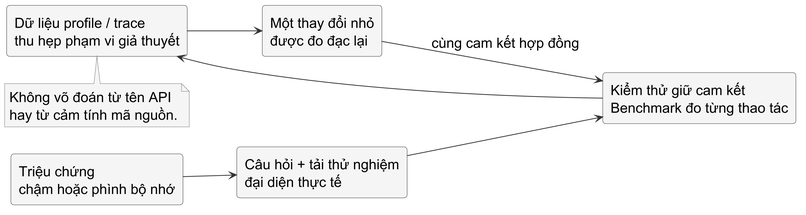
Minhlike/Golang keeps this PlantUML diagram as assets/diagrams/performance-evidence-path.png. Above is the earlier version.
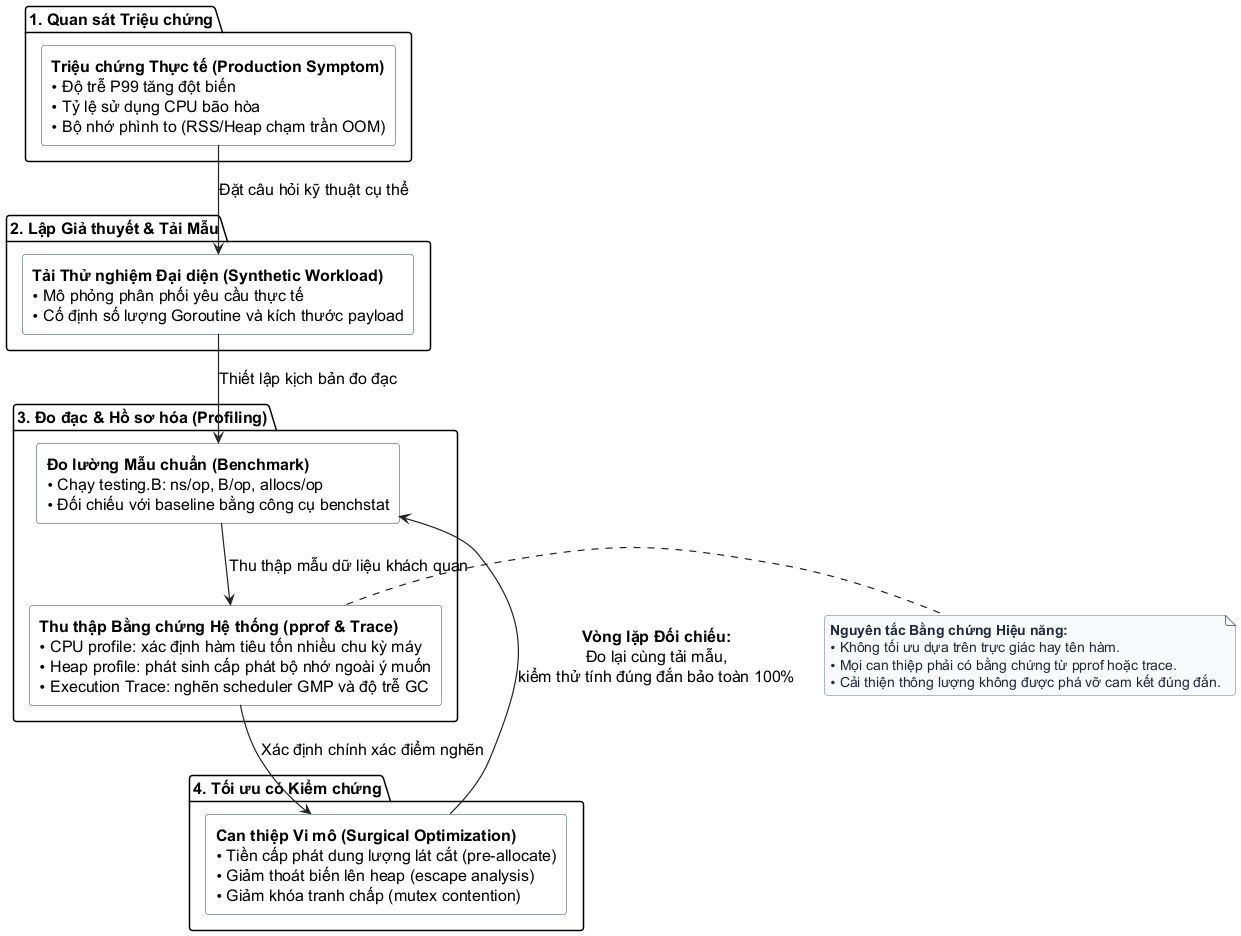
After the change.

What changed in the source:
```diff
@@ -1,36 +1,55 @@
 @startuml
-skinparamlocked dpi 300
 skinparam backgroundColor #FFFFFF
+skinparam defaultFontName "Source Sans 3"
+skinparam defaultFontSize 16
 skinparam shadowing false
-skinparam note {
-  BackgroundColor #F5F5F5
-  BorderColor #777777
+skinparam roundCorner 6
+skinparam arrowColor #222222
+skinparam arrowThickness 1.2
+
+skinparam rectangle {
+  BackgroundColor #FFFFFF
+  BorderColor #334155
   FontColor #000000
 }
-skinparam defaultFontName "Source Sans 3"
-skinparam defaultFontSize 18
-skinparam rectangle {
-  BackgroundColor #F5F5F5
-  BorderColor #333333
-  RoundCorner 8
+
+skinparam note {
+  BackgroundColor #F8FAFC
+  BorderColor #64748B
+  FontColor #1E293B
+  FontSize 14
 }
-skinparam arrowColor #333333
-left to right direction
 
-rectangle "Triệu chứng\nchậm hoặc phình bộ nhớ" as symptom
-rectangle "Câu hỏi + tải thử nghiệm\nđại diện thực tế" as question
-rectangle "Kiểm thử giữ cam kết\nBenchmark đo từng thao tác" as measure
-rectangle "Dữ liệu profile / trace\nthu hẹp phạm vi giả thuyết" as evidence
-rectangle "Một thay đổi nhỏ\nđược đo đạc lại" as change
+top to bottom direction
 
-symptom --> question
-question --> measure
-measure --> evidence
-evidence --> change
-change --> measure : cùng cam kết hợp đồng
+package "1. Quan sát Triệu chứng" as p1 {
+  rectangle "<b>Triệu chứng Thực tế (Production Symptom)</b>\n• Độ trễ P99 tăng đột biến\n• Tỷ lệ sử dụng CPU bão hòa\n• Bộ nhớ phình to (RSS/Heap chạm trần OOM)" as symptom
+}
 
-note bottom of evidence
-  Không võ đoán từ tên API
-  hay từ cảm tính mã nguồn.
+package "2. Lập Giả thuyết & Tải Mẫu" as p2 {
+  rectangle "<b>Tải Thử nghiệm Đại diện (Synthetic Workload)</b>\n• Mô phỏng phân phối yêu cầu thực tế\n• Cố định số lượng Goroutine và kích thước payload" as workload
+}
+
+package "3. Đo đạc & Hồ sơ hóa (Profiling)" as p3 {
+  rectangle "<b>Đo lường Mẫu chuẩn (Benchmark)</b>\n• Chạy testing.B: ns/op, B/op, allocs/op\n• Đối chiếu với baseline bằng công cụ benchstat" as bench
+  rectangle "<b>Thu thập Bằng chứng Hệ thống (pprof & Trace)</b>\n• CPU profile: xác định hàm tiêu tốn nhiều chu kỳ máy\n• Heap profile: phát sinh cấp phát bộ nhớ ngoài ý muốn\n• Execution Trace: nghẽn scheduler GMP và độ trễ GC" as profile
+}
+
+package "4. Tối ưu có Kiểm chứng" as p4 {
+  rectangle "<b>Can thiệp Vi mô (Surgical Optimization)</b>\n• Tiền cấp phát dung lượng lát cắt (pre-allocate)\n• Giảm thoát biến lên heap (escape analysis)\n• Giảm khóa tranh chấp (mutex contention)" as optimize
+}
+
+symptom -down-> workload : Đặt câu hỏi kỹ thuật cụ thể
+workload -down-> bench : Thiết lập kịch bản đo đạc
+bench -down-> profile : Thu thập mẫu dữ liệu khách quan
+profile -down-> optimize : Xác định chính xác điểm nghẽn
+
+optimize -up-> bench : <b>Vòng lặp Đối chiếu:</b>\nĐo lại cùng tải mẫu,\nkiểm thử tính đúng đắn bảo toàn 100%
+
+note right of profile
+  <b>Nguyên tắc Bằng chứng Hiệu năng:</b>
+  • Không tối ưu dựa trên trực giác hay tên hàm.
+  • Mọi can thiệp phải có bằng chứng từ pprof hoặc trace.
+  • Cải thiện thông lượng không được phá vỡ cam kết đúng đắn.
 end note
 @enduml
```
